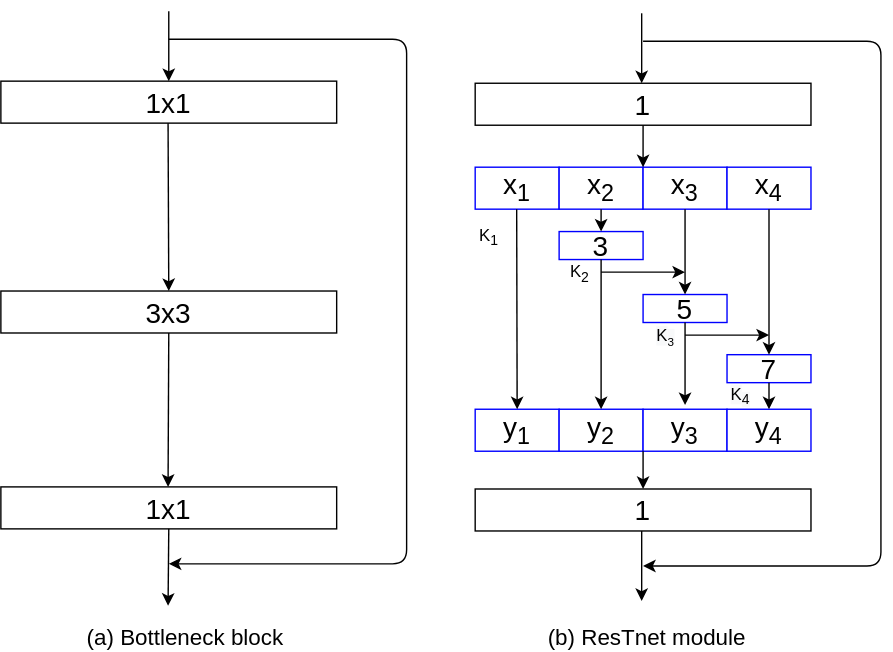
This is littlepaper/图2-1 ResTnet结构图.svg from wangxinzhi0/draw.io, a draw.io export, as it was before one commit. Source tidied: cells renumbered, new cells last; positions are measured from the earlier drawing's top-left corner, leaving out a move shared by most shapes.
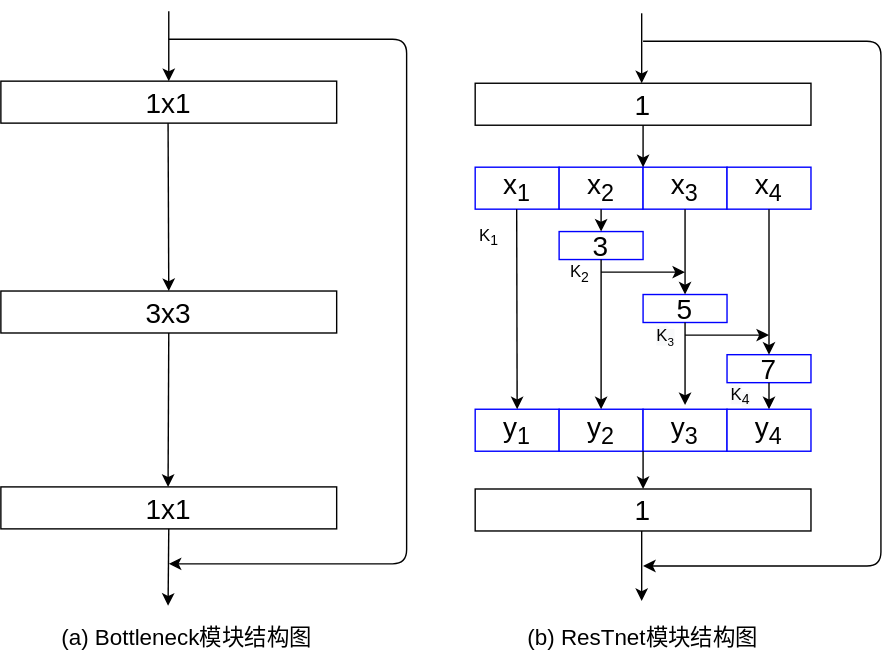
Above is the later version.

The edit, as a diff of the source:
```diff
@@ -162,11 +162,11 @@
     <mxCell id="40" value="K&lt;sub&gt;1&lt;/sub&gt;" style="text;html=1;strokeColor=none;fillColor=none;align=center;verticalAlign=middle;whiteSpace=wrap;rounded=0;" parent="1" vertex="1">
       <mxGeometry x="329" y="152" width="40" height="20" as="geometry" />
     </mxCell>
-    <mxCell id="41" value="(a) Bottleneck block" style="text;html=1;strokeColor=none;fillColor=none;align=center;verticalAlign=middle;whiteSpace=wrap;rounded=0;fontSize=16;" parent="1" vertex="1">
-      <mxGeometry x="53" y="438" width="158" height="20" as="geometry" />
+    <mxCell id="41" value="(a) Bottleneck模块结构图" style="text;html=1;strokeColor=none;fillColor=none;align=center;verticalAlign=middle;whiteSpace=wrap;rounded=0;fontSize=16;" parent="1" vertex="1">
+      <mxGeometry x="33" y="438" width="200" height="20" as="geometry" />
     </mxCell>
-    <mxCell id="42" value="(b) ResTnet module" style="text;html=1;strokeColor=none;fillColor=none;align=center;verticalAlign=middle;whiteSpace=wrap;rounded=0;fontSize=16;" parent="1" vertex="1">
-      <mxGeometry x="383" y="438" width="158" height="20" as="geometry" />
+    <mxCell id="42" value="(b) ResTnet模块结构图" style="text;html=1;strokeColor=none;fillColor=none;align=center;verticalAlign=middle;whiteSpace=wrap;rounded=0;fontSize=16;" parent="1" vertex="1">
+      <mxGeometry x="369" y="438" width="180" height="20" as="geometry" />
     </mxCell>
   </root>
 </mxGraphModel>
```
